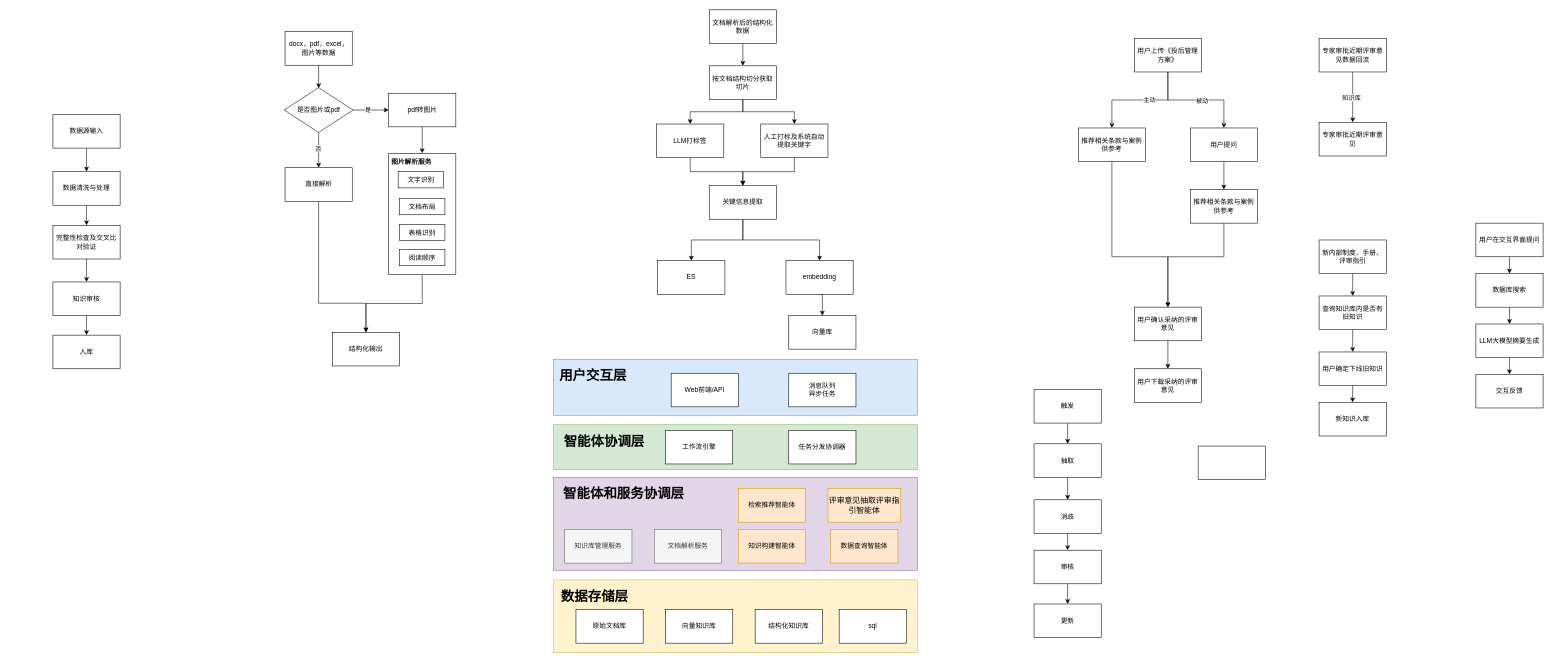
This is 投后知识库方案.drawio from archwolf118/AI, a draw.io file, before an edit. Source tidied: cells renumbered, new cells numbered last; positions are measured from the earlier drawing's top-left corner, leaving out a move shared by most shapes. Both pictures are drawn from the tidied source at 56%, with x=0, y=0 at pixel (53, 10).
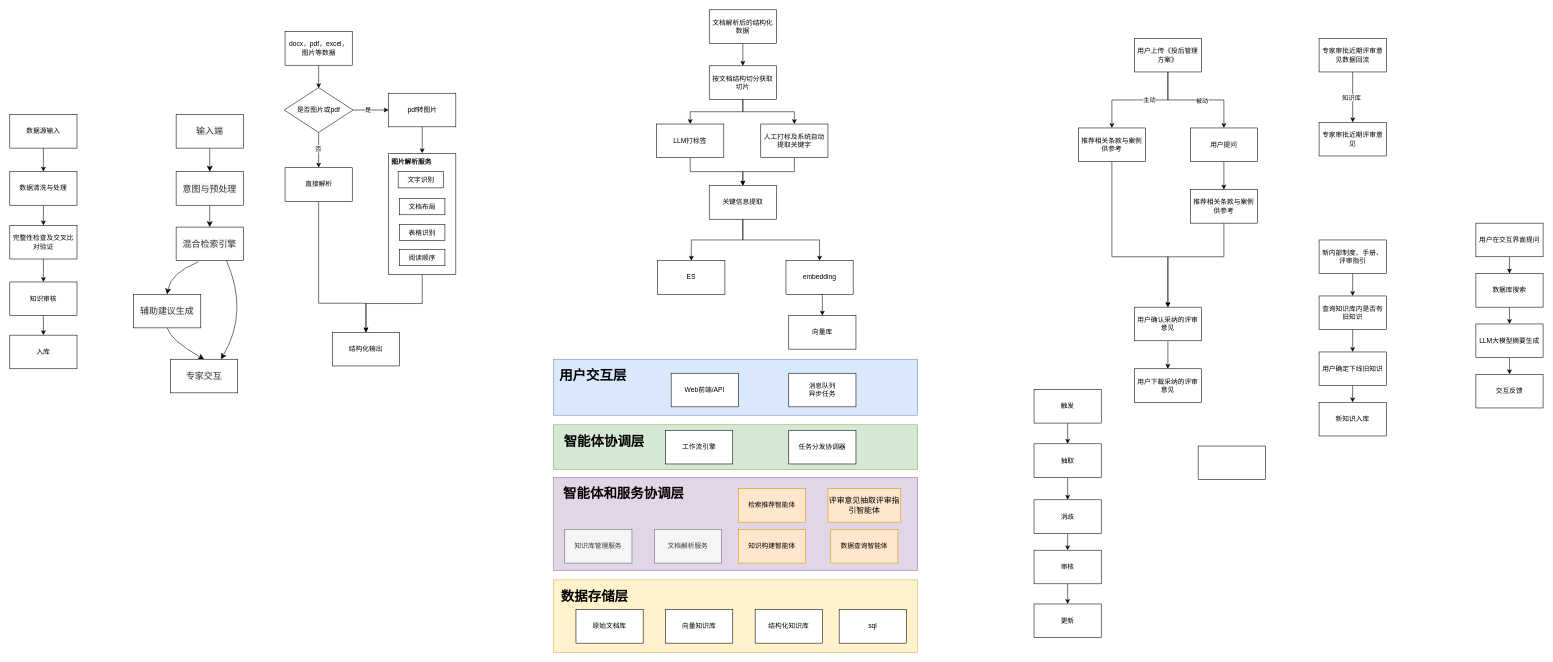
The same page after the edit.

Commit message:
更新投后知识库方案.drawio

Diff of the diagram source:
```diff
@@
     <mxCell id="102" value="数据源输入" style="rounded=0;whiteSpace=wrap;html=1;" parent="1" vertex="1">
-      <mxGeometry y="187" width="120" height="60" as="geometry" />
+      <mxGeometry x="-77" y="187" width="120" height="60" as="geometry" />
     </mxCell>
@@
     <mxCell id="104" value="数据清洗与处理" style="rounded=0;whiteSpace=wrap;html=1;" parent="1" vertex="1">
-      <mxGeometry y="289" width="120" height="60" as="geometry" />
+      <mxGeometry x="-77" y="289" width="120" height="60" as="geometry" />
     </mxCell>
@@
     <mxCell id="106" value="&lt;span&gt;完整性检查及交叉比对验证&lt;/span&gt;" style="rounded=0;whiteSpace=wrap;html=1;" parent="1" vertex="1">
-      <mxGeometry y="385" width="120" height="60" as="geometry" />
+      <mxGeometry x="-77" y="385" width="120" height="60" as="geometry" />
     </mxCell>
@@
     <mxCell id="108" value="知识审核" style="rounded=0;whiteSpace=wrap;html=1;" parent="1" vertex="1">
-      <mxGeometry y="486" width="120" height="60" as="geometry" />
+      <mxGeometry x="-77" y="486" width="120" height="60" as="geometry" />
     </mxCell>
     <mxCell id="109" value="入库" style="rounded=0;whiteSpace=wrap;html=1;" parent="1" vertex="1">
-      <mxGeometry y="581" width="120" height="60" as="geometry" />
+      <mxGeometry x="-77" y="581" width="120" height="60" as="geometry" />
     </mxCell>
+    <mxCell id="110" style="edgeStyle=none;curved=1;rounded=0;jettySize=auto;html=1;exitX=0.5;exitY=1;exitDx=0;exitDy=0;entryX=0.5;entryY=0;entryDx=0;entryDy=0;fontSize=12;startSize=8;endSize=8;" parent="1" edge="1" source="111" target="113">
+      <mxGeometry relative="1" as="geometry" />
+    </mxCell>
+    <mxCell id="111" value="&lt;span style=&quot;color: rgb(51, 51, 51); font-family: &amp;quot;trebuchet ms&amp;quot;, verdana, arial, sans-serif; font-size: 16px; text-wrap: nowrap; background-color: rgb(249, 249, 249);&quot;&gt;输入端&lt;/span&gt;" style="rounded=0;whiteSpace=wrap;html=1;" parent="1" vertex="1">
+      <mxGeometry x="220" y="187" width="120" height="60" as="geometry" />
+    </mxCell>
+    <mxCell id="112" style="edgeStyle=none;curved=1;rounded=0;jettySize=auto;html=1;exitX=0.5;exitY=1;exitDx=0;exitDy=0;entryX=0.5;entryY=0;entryDx=0;entryDy=0;fontSize=12;startSize=8;endSize=8;" parent="1" edge="1" source="113" target="116">
+      <mxGeometry relative="1" as="geometry" />
+    </mxCell>
+    <mxCell id="113" value="&lt;span style=&quot;color: rgb(51, 51, 51); font-family: &amp;quot;trebuchet ms&amp;quot;, verdana, arial, sans-serif; font-size: 16px; text-wrap: nowrap; background-color: rgb(249, 249, 249);&quot;&gt;意图与预处理&lt;/span&gt;" style="rounded=0;whiteSpace=wrap;html=1;" parent="1" vertex="1">
+      <mxGeometry x="220" y="289" width="120" height="60" as="geometry" />
+    </mxCell>
+    <mxCell id="114" style="edgeStyle=none;curved=1;rounded=0;jettySize=auto;html=1;entryX=0.5;entryY=0;entryDx=0;entryDy=0;fontSize=12;startSize=8;endSize=8;" parent="1" edge="1" target="118">
+      <mxGeometry relative="1" as="geometry">
+        <mxPoint x="260" y="450" as="sourcePoint" />
+        <Array as="points">
+          <mxPoint x="210" y="470" />
+        </Array>
+      </mxGeometry>
+    </mxCell>
+    <mxCell id="115" style="edgeStyle=none;curved=1;rounded=0;jettySize=auto;html=1;exitX=0.75;exitY=1;exitDx=0;exitDy=0;entryX=0.75;entryY=0;entryDx=0;entryDy=0;fontSize=12;startSize=8;endSize=8;" parent="1" edge="1" source="116" target="119">
+      <mxGeometry relative="1" as="geometry">
+        <Array as="points">
+          <mxPoint x="350" y="540" />
+        </Array>
+      </mxGeometry>
+    </mxCell>
+    <mxCell id="116" value="&lt;span style=&quot;color: rgb(51, 51, 51); font-family: &amp;quot;trebuchet ms&amp;quot;, verdana, arial, sans-serif; font-size: 16px; text-wrap: nowrap; background-color: rgb(249, 249, 249);&quot;&gt;混合检索引擎&lt;/span&gt;" style="rounded=0;whiteSpace=wrap;html=1;" parent="1" vertex="1">
+      <mxGeometry x="220" y="388" width="120" height="60" as="geometry" />
+    </mxCell>
+    <mxCell id="117" style="edgeStyle=none;curved=1;rounded=0;jettySize=auto;html=1;exitX=0.5;exitY=1;exitDx=0;exitDy=0;entryX=0.5;entryY=0;entryDx=0;entryDy=0;fontSize=12;startSize=8;endSize=8;" parent="1" edge="1" source="118" target="119">
+      <mxGeometry relative="1" as="geometry">
+        <Array as="points">
+          <mxPoint x="210" y="590" />
+        </Array>
+      </mxGeometry>
+    </mxCell>
+    <mxCell id="118" value="&lt;span style=&quot;color: rgb(51, 51, 51); font-family: &amp;quot;trebuchet ms&amp;quot;, verdana, arial, sans-serif; font-size: 16px; text-wrap: nowrap; background-color: rgb(249, 249, 249);&quot;&gt;辅助建议生成&lt;/span&gt;" style="rounded=0;whiteSpace=wrap;html=1;" parent="1" vertex="1">
+      <mxGeometry x="144" y="508" width="120" height="60" as="geometry" />
+    </mxCell>
+    <mxCell id="119" value="&lt;span style=&quot;color: rgb(51, 51, 51); font-family: &amp;quot;trebuchet ms&amp;quot;, verdana, arial, sans-serif; font-size: 16px; text-wrap: nowrap; background-color: rgb(249, 249, 249);&quot;&gt;专家交互&lt;/span&gt;" style="rounded=0;whiteSpace=wrap;html=1;" parent="1" vertex="1">
+      <mxGeometry x="210" y="624" width="120" height="60" as="geometry" />
+    </mxCell>
```
